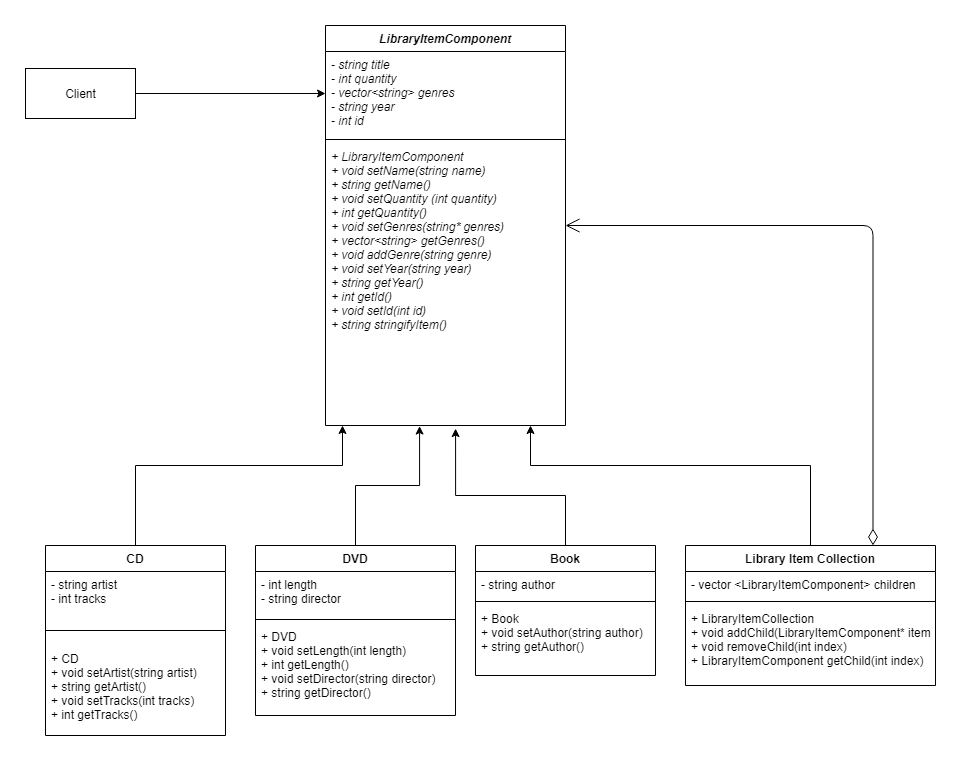
Earlier version of the draw.io export images/LibraryItemOMT.png (umustdye/Book-Worms). Source tidied: cells renumbered, new cells last; positions are measured from the earlier drawing's top-left corner, leaving out a move shared by most shapes.
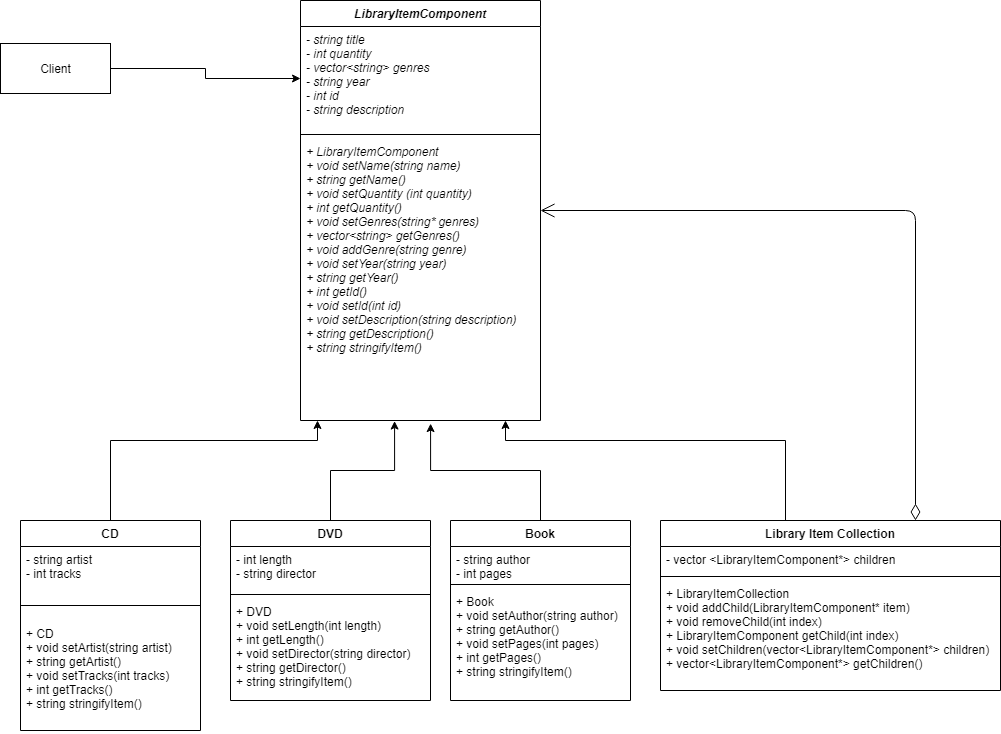
Later version of the same file.

Commit message:
updated composite OMT

Diff of the diagram source:
```diff
@@ -11,7 +11,7 @@
       </mxGeometry>
     </mxCell>
     <mxCell id="3" value="CD" style="swimlane;fontStyle=1;align=center;verticalAlign=top;horizontal=1;startSize=26;" parent="1" vertex="1">
-      <mxGeometry x="20" y="520" width="180" height="190" as="geometry" />
+      <mxGeometry x="20" y="520" width="180" height="210" as="geometry" />
     </mxCell>
     <mxCell id="4" value="- string artist&#10;- int tracks" style="text;strokeColor=none;fillColor=none;align=left;verticalAlign=top;spacingLeft=4;spacingRight=4;overflow=hidden;" parent="3" vertex="1">
       <mxGeometry y="26" width="180" height="44" as="geometry" />
@@ -19,14 +19,14 @@
     <mxCell id="5" style="line;strokeWidth=1;fillColor=none;align=left;verticalAlign=middle;spacingTop=-1;spacingLeft=3;spacingRight=3;labelPosition=right;" parent="3" vertex="1">
       <mxGeometry y="70" width="180" height="30" as="geometry" />
     </mxCell>
-    <mxCell id="6" value="+ CD&#10;+ void setArtist(string artist)&#10;+ string getArtist()&#10;+ void setTracks(int tracks)&#10;+ int getTracks()&#10;" style="text;strokeColor=none;fillColor=none;align=left;verticalAlign=top;spacingLeft=4;spacingRight=4;overflow=hidden;" parent="3" vertex="1">
-      <mxGeometry y="100" width="180" height="90" as="geometry" />
+    <mxCell id="6" value="+ CD&#10;+ void setArtist(string artist)&#10;+ string getArtist()&#10;+ void setTracks(int tracks)&#10;+ int getTracks()&#10;+ string stringifyItem()&#10;" style="text;strokeColor=none;fillColor=none;align=left;verticalAlign=top;spacingLeft=4;spacingRight=4;overflow=hidden;" parent="3" vertex="1">
+      <mxGeometry y="100" width="180" height="110" as="geometry" />
     </mxCell>
     <mxCell id="7" style="edgeStyle=orthogonalEdgeStyle;rounded=0;jettySize=auto;html=1;entryX=0.392;entryY=1.002;entryDx=0;entryDy=0;entryPerimeter=0;" parent="1" edge="1" source="8" target="25">
       <mxGeometry relative="1" as="geometry" />
     </mxCell>
     <mxCell id="8" value="DVD" style="swimlane;fontStyle=1;align=center;verticalAlign=top;horizontal=1;startSize=26;" parent="1" vertex="1">
-      <mxGeometry x="230" y="520" width="200" height="170" as="geometry" />
+      <mxGeometry x="230" y="520" width="200" height="180" as="geometry" />
     </mxCell>
     <mxCell id="9" value="- int length&#10;- string director" style="text;strokeColor=none;fillColor=none;align=left;verticalAlign=top;spacingLeft=4;spacingRight=4;overflow=hidden;" parent="8" vertex="1">
       <mxGeometry y="26" width="200" height="44" as="geometry" />
@@ -34,8 +34,8 @@
     <mxCell id="10" style="line;strokeWidth=1;fillColor=none;align=left;verticalAlign=middle;spacingTop=-1;spacingLeft=3;spacingRight=3;labelPosition=right;" parent="8" vertex="1">
       <mxGeometry y="70" width="200" height="8" as="geometry" />
     </mxCell>
-    <mxCell id="11" value="+ DVD&#10;+ void setLength(int length) &#10;+ int getLength()&#10;+ void setDirector(string director)&#10;+ string getDirector()" style="text;strokeColor=none;fillColor=none;align=left;verticalAlign=top;spacingLeft=4;spacingRight=4;overflow=hidden;" parent="8" vertex="1">
-      <mxGeometry y="78" width="200" height="92" as="geometry" />
+    <mxCell id="11" value="+ DVD&#10;+ void setLength(int length) &#10;+ int getLength()&#10;+ void setDirector(string director)&#10;+ string getDirector()&#10;+ string stringifyItem()" style="text;strokeColor=none;fillColor=none;align=left;verticalAlign=top;spacingLeft=4;spacingRight=4;overflow=hidden;" parent="8" vertex="1">
+      <mxGeometry y="78" width="200" height="102" as="geometry" />
     </mxCell>
     <mxCell id="12" style="edgeStyle=orthogonalEdgeStyle;rounded=0;jettySize=auto;html=1;entryX=0.542;entryY=1.011;entryDx=0;entryDy=0;entryPerimeter=0;" parent="1" edge="1" source="13" target="25">
       <mxGeometry relative="1" as="geometry">
@@ -46,16 +46,16 @@
       </mxGeometry>
     </mxCell>
     <mxCell id="13" value="Book&#10;" style="swimlane;fontStyle=1;align=center;verticalAlign=top;horizontal=1;startSize=26;" parent="1" vertex="1">
-      <mxGeometry x="450" y="520" width="180" height="130" as="geometry" />
+      <mxGeometry x="450" y="520" width="180" height="180" as="geometry" />
     </mxCell>
-    <mxCell id="14" value="- string author" style="text;strokeColor=none;fillColor=none;align=left;verticalAlign=top;spacingLeft=4;spacingRight=4;overflow=hidden;" parent="13" vertex="1">
-      <mxGeometry y="26" width="180" height="26" as="geometry" />
+    <mxCell id="14" value="- string author&#10;- int pages" style="text;strokeColor=none;fillColor=none;align=left;verticalAlign=top;spacingLeft=4;spacingRight=4;overflow=hidden;" parent="13" vertex="1">
+      <mxGeometry y="26" width="180" height="34" as="geometry" />
     </mxCell>
     <mxCell id="15" style="line;strokeWidth=1;fillColor=none;align=left;verticalAlign=middle;spacingTop=-1;spacingLeft=3;spacingRight=3;labelPosition=right;" parent="13" vertex="1">
-      <mxGeometry y="52" width="180" height="8" as="geometry" />
+      <mxGeometry y="60" width="180" height="8" as="geometry" />
     </mxCell>
-    <mxCell id="16" value="+ Book&#10;+ void setAuthor(string author)&#10;+ string getAuthor()" style="text;strokeColor=none;fillColor=none;align=left;verticalAlign=top;spacingLeft=4;spacingRight=4;overflow=hidden;" parent="13" vertex="1">
-      <mxGeometry y="60" width="180" height="70" as="geometry" />
+    <mxCell id="16" value="+ Book&#10;+ void setAuthor(string author)&#10;+ string getAuthor()&#10;+ void setPages(int pages)&#10;+ int getPages()&#10;+ string stringifyItem()" style="text;strokeColor=none;fillColor=none;align=left;verticalAlign=top;spacingLeft=4;spacingRight=4;overflow=hidden;" parent="13" vertex="1">
+      <mxGeometry y="68" width="180" height="112" as="geometry" />
     </mxCell>
     <mxCell id="17" style="edgeStyle=orthogonalEdgeStyle;rounded=0;jettySize=auto;html=1;exitX=0.5;exitY=0;exitDx=0;exitDy=0;" parent="1" edge="1" source="18" target="25">
       <mxGeometry relative="1" as="geometry">
@@ -66,28 +66,28 @@
       </mxGeometry>
     </mxCell>
     <mxCell id="18" value="Library Item Collection" style="swimlane;fontStyle=1;align=center;verticalAlign=top;horizontal=1;startSize=26;" parent="1" vertex="1">
-      <mxGeometry x="660" y="520" width="250" height="140" as="geometry" />
+      <mxGeometry x="660" y="520" width="340" height="170" as="geometry" />
     </mxCell>
-    <mxCell id="19" value="- vector &lt;LibraryItemComponent&gt; children" style="text;strokeColor=none;fillColor=none;align=left;verticalAlign=top;spacingLeft=4;spacingRight=4;overflow=hidden;" parent="18" vertex="1">
-      <mxGeometry y="26" width="250" height="26" as="geometry" />
+    <mxCell id="19" value="- vector &lt;LibraryItemComponent*&gt; children" style="text;strokeColor=none;fillColor=none;align=left;verticalAlign=top;spacingLeft=4;spacingRight=4;overflow=hidden;" parent="18" vertex="1">
+      <mxGeometry y="26" width="340" height="26" as="geometry" />
     </mxCell>
     <mxCell id="20" style="line;strokeWidth=1;fillColor=none;align=left;verticalAlign=middle;spacingTop=-1;spacingLeft=3;spacingRight=3;labelPosition=right;" parent="18" vertex="1">
-      <mxGeometry y="52" width="250" height="8" as="geometry" />
+      <mxGeometry y="52" width="340" height="8" as="geometry" />
     </mxCell>
-    <mxCell id="21" value="+ LibraryItemCollection&#10;+ void addChild(LibraryItemComponent* item)&#10;+ void removeChild(int index)&#10;+ LibraryItemComponent getChild(int index) " style="text;strokeColor=none;fillColor=none;align=left;verticalAlign=top;spacingLeft=4;spacingRight=4;overflow=hidden;" parent="18" vertex="1">
-      <mxGeometry y="60" width="250" height="80" as="geometry" />
+    <mxCell id="21" value="+ LibraryItemCollection&#10;+ void addChild(LibraryItemComponent* item)&#10;+ void removeChild(int index)&#10;+ LibraryItemComponent getChild(int index)&#10;+ void setChildren(vector&lt;LibraryItemComponent*&gt; children)&#10;+ vector&lt;LibraryItemComponent*&gt; getChildren() " style="text;strokeColor=none;fillColor=none;align=left;verticalAlign=top;spacingLeft=4;spacingRight=4;overflow=hidden;" parent="18" vertex="1">
+      <mxGeometry y="60" width="340" height="110" as="geometry" />
     </mxCell>
     <mxCell id="22" value="LibraryItemComponent" style="swimlane;fontStyle=3;align=center;verticalAlign=top;horizontal=1;startSize=26;" parent="1" vertex="1">
-      <mxGeometry x="300" width="240" height="400" as="geometry" />
+      <mxGeometry x="300" width="240" height="420" as="geometry" />
     </mxCell>
-    <mxCell id="23" value="- string title&#10;- int quantity&#10;- vector&lt;string&gt; genres  &#10;- string year&#10;- int id " style="text;strokeColor=none;fillColor=none;align=left;verticalAlign=top;spacingLeft=4;spacingRight=4;overflow=hidden;points=[[0,0.5],[1,0.5]];portConstraint=eastwest;fontStyle=2;" parent="22" vertex="1">
-      <mxGeometry y="26" width="240" height="84" as="geometry" />
+    <mxCell id="23" value="- string title&#10;- int quantity&#10;- vector&lt;string&gt; genres  &#10;- string year&#10;- int id&#10;- string description " style="text;strokeColor=none;fillColor=none;align=left;verticalAlign=top;spacingLeft=4;spacingRight=4;overflow=hidden;points=[[0,0.5],[1,0.5]];portConstraint=eastwest;fontStyle=2;" parent="22" vertex="1">
+      <mxGeometry y="26" width="240" height="104" as="geometry" />
     </mxCell>
     <mxCell id="24" style="line;strokeWidth=1;fillColor=none;align=left;verticalAlign=middle;spacingTop=-1;spacingLeft=3;spacingRight=3;labelPosition=right;" parent="22" vertex="1">
-      <mxGeometry y="110" width="240" height="8" as="geometry" />
+      <mxGeometry y="130" width="240" height="8" as="geometry" />
     </mxCell>
-    <mxCell id="25" value="+ LibraryItemComponent&#10;+ void setName(string name)&#10;+ string getName()&#10;+ void setQuantity (int quantity)&#10;+ int getQuantity()&#10;+ void setGenres(string* genres)&#10;+ vector&lt;string&gt; getGenres()&#10;+ void addGenre(string genre)&#10;+ void setYear(string year)&#10;+ string getYear()&#10;+ int getId()&#10;+ void setId(int id)&#10;+ string stringifyItem()&#10;" style="text;strokeColor=none;fillColor=none;align=left;verticalAlign=top;spacingLeft=4;spacingRight=4;overflow=hidden;points=[[0,0.5],[1,0.5]];portConstraint=eastwest;fontStyle=2;" parent="22" vertex="1">
-      <mxGeometry y="118" width="240" height="282" as="geometry" />
+    <mxCell id="25" value="+ LibraryItemComponent&#10;+ void setName(string name)&#10;+ string getName()&#10;+ void setQuantity (int quantity)&#10;+ int getQuantity()&#10;+ void setGenres(string* genres)&#10;+ vector&lt;string&gt; getGenres()&#10;+ void addGenre(string genre)&#10;+ void setYear(string year)&#10;+ string getYear()&#10;+ int getId()&#10;+ void setId(int id)&#10;+ void setDescription(string description)&#10;+ string getDescription()&#10;+ string stringifyItem()&#10;" style="text;strokeColor=none;fillColor=none;align=left;verticalAlign=top;spacingLeft=4;spacingRight=4;overflow=hidden;points=[[0,0.5],[1,0.5]];portConstraint=eastwest;fontStyle=2;" parent="22" vertex="1">
+      <mxGeometry y="138" width="240" height="282" as="geometry" />
     </mxCell>
     <mxCell id="26" style="edgeStyle=orthogonalEdgeStyle;rounded=0;jettySize=auto;html=1;exitX=1;exitY=0.5;exitDx=0;exitDy=0;entryX=0;entryY=0.5;entryDx=0;entryDy=0;" parent="1" edge="1" source="27" target="23">
       <mxGeometry relative="1" as="geometry" />
```
